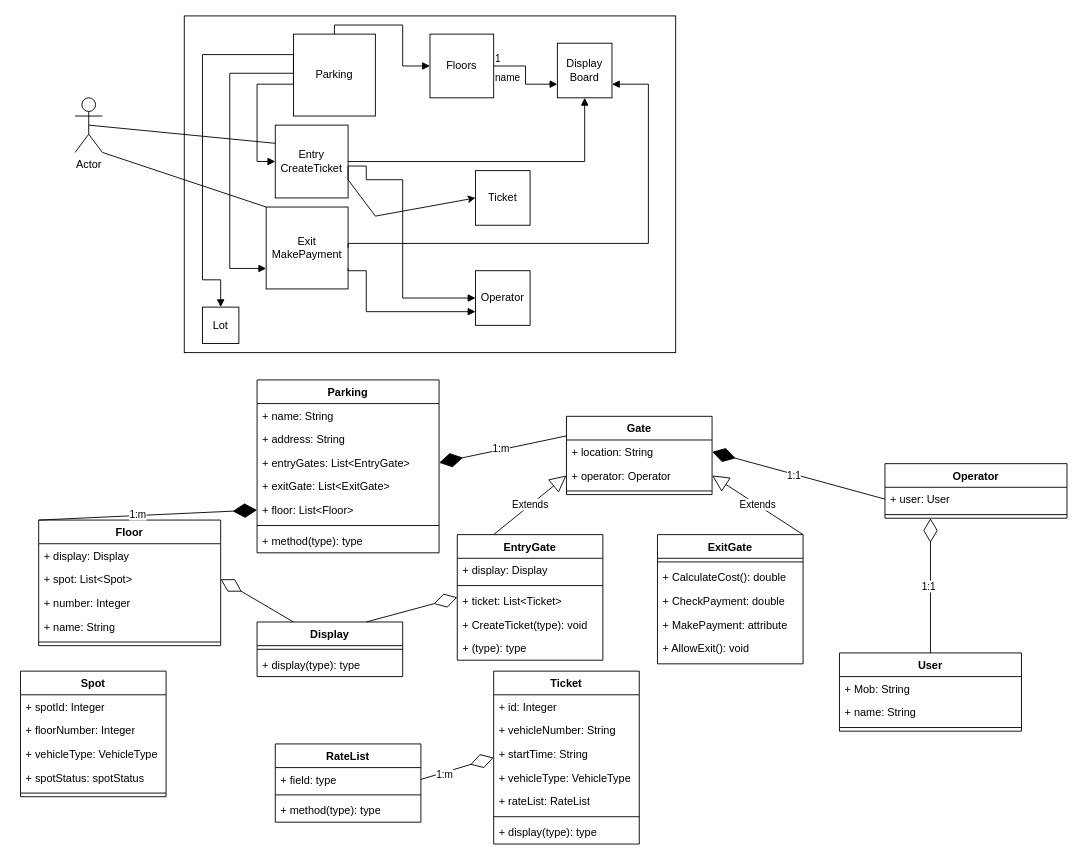
Above: DesignParkingLot.drawio in aktomer06/Draw.io (draw.io), before the change. Source tidied: cells renumbered, new cells numbered last; positions are measured from the earlier drawing's top-left corner, leaving out a move shared by most shapes. Both pictures are drawn from the tidied source at 91%, with x=0, y=0 at pixel (20, 15).
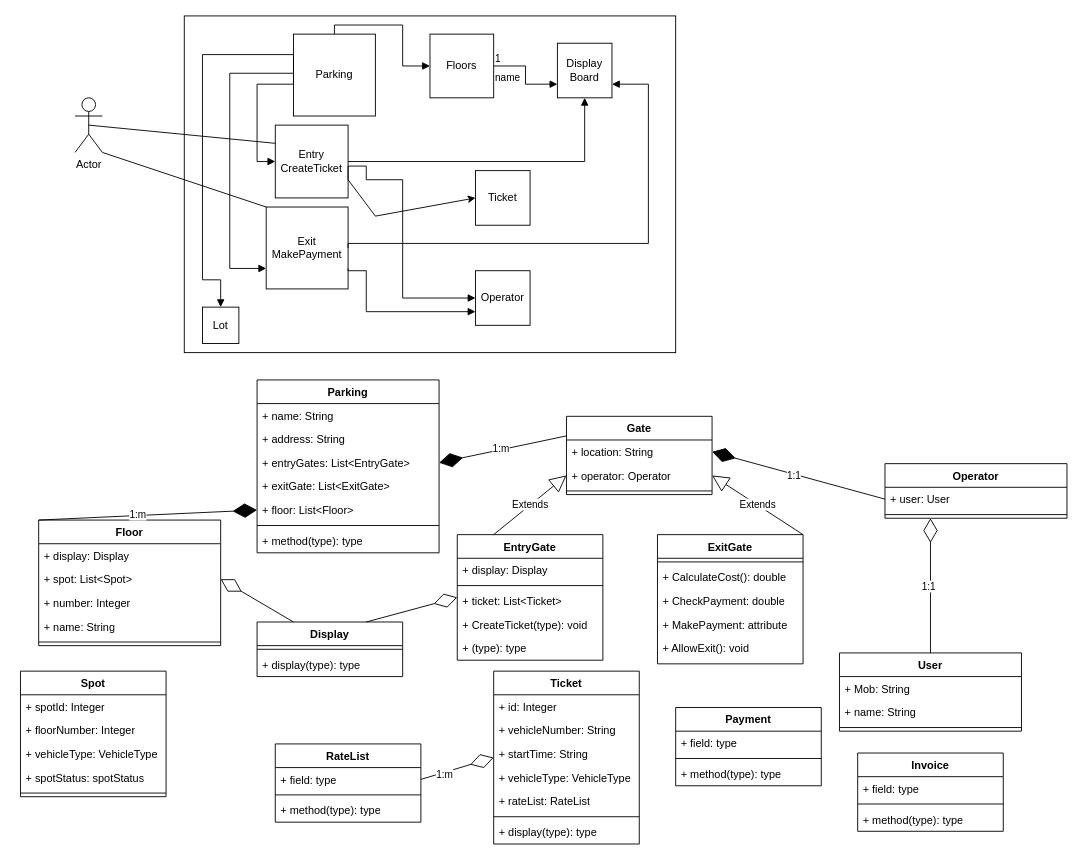
The same page after the edit.

The edit, as a diff of the source:
```diff
@@
+    <mxCell id="97" value="Payment" style="swimlane;fontStyle=1;align=center;verticalAlign=top;horizontal=1;startSize=26;whiteSpace=wrap;html=1;" parent="1" vertex="1">
+      <mxGeometry x="720" y="760" width="160" height="86" as="geometry" />
+    </mxCell>
+    <mxCell id="98" value="+ field: type" style="text;strokeColor=none;fillColor=none;align=left;verticalAlign=top;spacingLeft=4;spacingRight=4;overflow=hidden;whiteSpace=wrap;html=1;" parent="97" vertex="1">
+      <mxGeometry y="26" width="160" height="26" as="geometry" />
+    </mxCell>
+    <mxCell id="99" style="line;strokeWidth=1;fillColor=none;align=left;verticalAlign=middle;spacingTop=-1;spacingLeft=3;spacingRight=3;labelPosition=right;strokeColor=inherit;" parent="97" vertex="1">
+      <mxGeometry y="52" width="160" height="8" as="geometry" />
+    </mxCell>
+    <mxCell id="100" value="+ method(type): type" style="text;strokeColor=none;fillColor=none;align=left;verticalAlign=top;spacingLeft=4;spacingRight=4;overflow=hidden;whiteSpace=wrap;html=1;" parent="97" vertex="1">
+      <mxGeometry y="60" width="160" height="26" as="geometry" />
+    </mxCell>
+    <mxCell id="101" value="Invoice" style="swimlane;fontStyle=1;align=center;verticalAlign=top;horizontal=1;startSize=26;whiteSpace=wrap;html=1;" parent="1" vertex="1">
+      <mxGeometry x="920" y="810" width="160" height="86" as="geometry" />
+    </mxCell>
+    <mxCell id="102" value="+ field: type" style="text;strokeColor=none;fillColor=none;align=left;verticalAlign=top;spacingLeft=4;spacingRight=4;overflow=hidden;whiteSpace=wrap;html=1;" parent="101" vertex="1">
+      <mxGeometry y="26" width="160" height="26" as="geometry" />
+    </mxCell>
+    <mxCell id="103" style="line;strokeWidth=1;fillColor=none;align=left;verticalAlign=middle;spacingTop=-1;spacingLeft=3;spacingRight=3;labelPosition=right;strokeColor=inherit;" parent="101" vertex="1">
+      <mxGeometry y="52" width="160" height="8" as="geometry" />
+    </mxCell>
+    <mxCell id="104" value="+ method(type): type" style="text;strokeColor=none;fillColor=none;align=left;verticalAlign=top;spacingLeft=4;spacingRight=4;overflow=hidden;whiteSpace=wrap;html=1;" parent="101" vertex="1">
+      <mxGeometry y="60" width="160" height="26" as="geometry" />
+    </mxCell>
```
